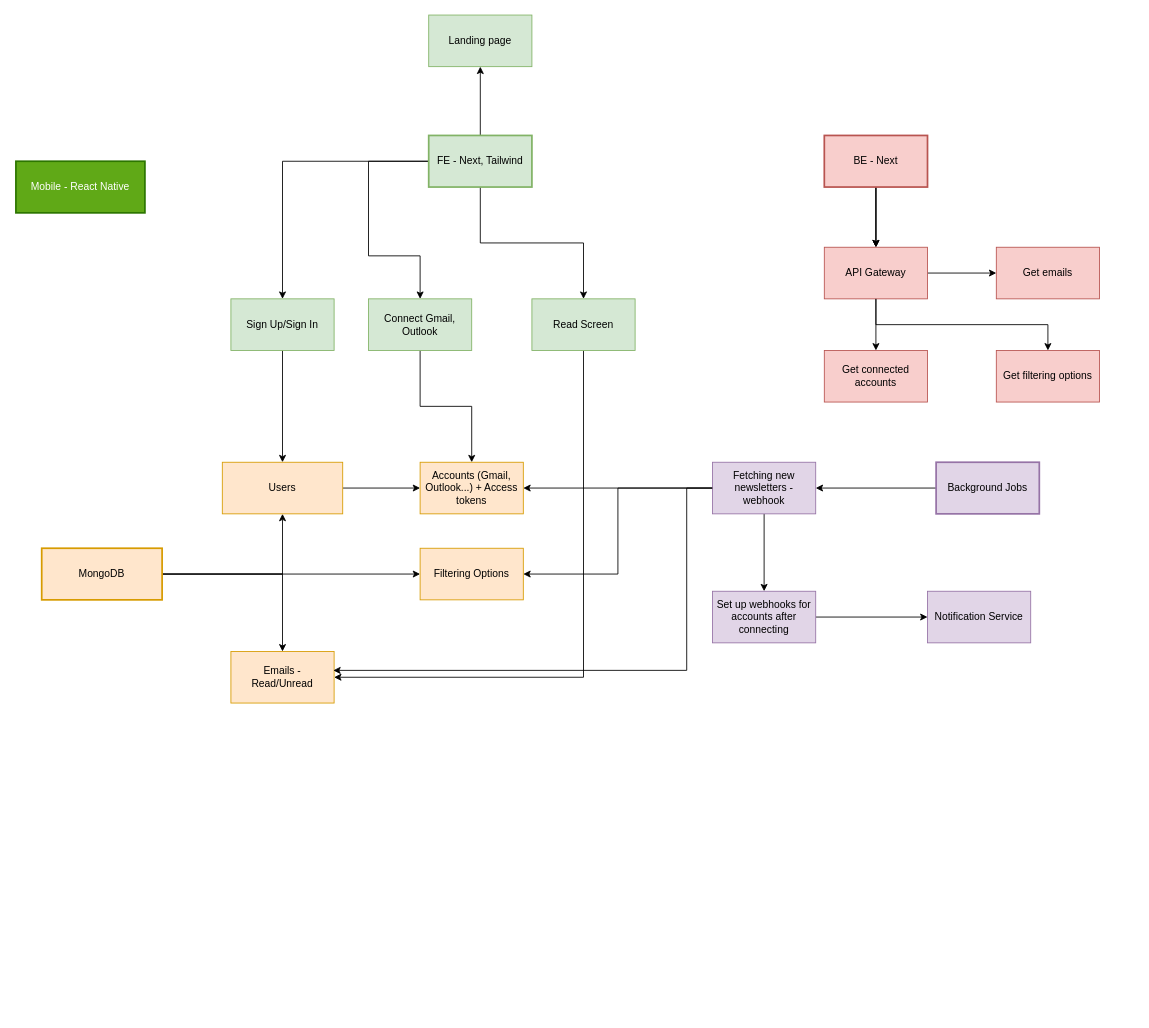
Earlier version of the draw.io diagram newsletter-app.drawio (hoangv97/draw-io). Source tidied: cells renumbered, new cells numbered last; positions are measured from the earlier drawing's top-left corner, leaving out a move shared by most shapes. Both pictures are drawn from the tidied source at 86%, with x=0, y=0 at pixel (15, 15).
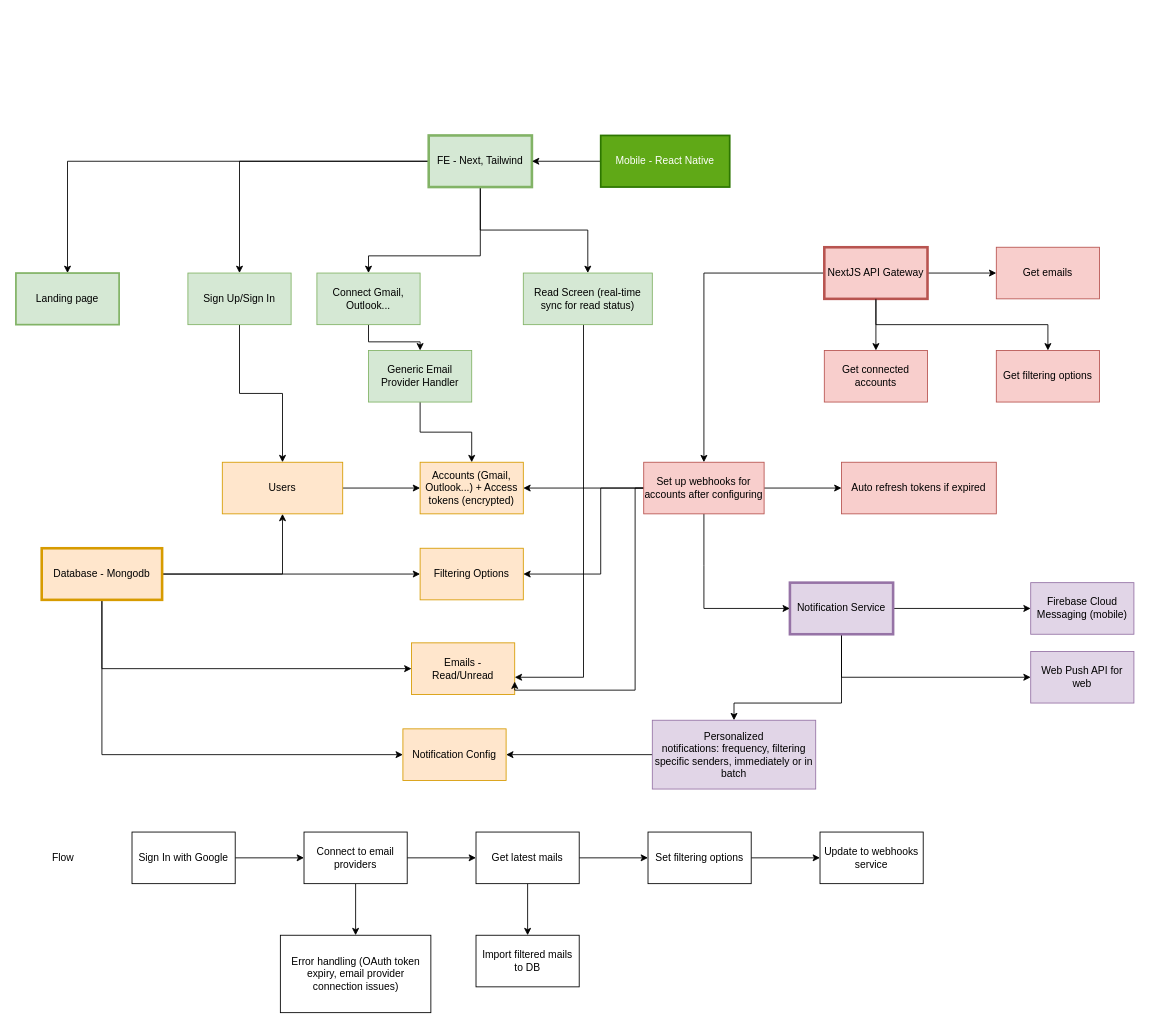
The same page after the edit.

Commit message:
Cập nhật newsletter-app.drawio

The change refers to these unchanged cells:
```xml
<mxCell id="26" value="Filtering Options" style="whiteSpace=wrap;html=1;fillColor=#ffe6cc;strokeColor=#d79b00;rounded=0;" parent="1" vertex="1">
  <mxGeometry x="470" y="620" width="120" height="60" as="geometry" />
</mxCell>
```

Diff of the diagram source:
```diff
@@
-    <mxCell id="6" value="FE - Next, Tailwind" style="rounded=0;whiteSpace=wrap;html=1;fillColor=#d5e8d4;strokeColor=#82b366;strokeWidth=2;" parent="1" vertex="1">
+    <mxCell id="6" value="FE - Next, Tailwind" style="rounded=0;whiteSpace=wrap;html=1;fillColor=#d5e8d4;strokeColor=#82b366;strokeWidth=3;" parent="1" vertex="1">
       <mxGeometry x="480" y="140" width="120" height="60" as="geometry" />
     </mxCell>
-    <mxCell id="7" style="edgeStyle=orthogonalEdgeStyle;rounded=0;jettySize=auto;html=1;" parent="1" edge="1" source="10" target="33">
-      <mxGeometry relative="1" as="geometry" />
-    </mxCell>
-    <mxCell id="8" style="edgeStyle=orthogonalEdgeStyle;rounded=0;jettySize=auto;html=1;" parent="1" edge="1" source="10" target="33">
-      <mxGeometry relative="1" as="geometry" />
-    </mxCell>
-    <mxCell id="9" style="edgeStyle=orthogonalEdgeStyle;rounded=0;jettySize=auto;html=1;" parent="1" edge="1" source="10" target="33">
-      <mxGeometry relative="1" as="geometry" />
-    </mxCell>
-    <mxCell id="10" value="BE - Next" style="rounded=0;whiteSpace=wrap;html=1;fillColor=#f8cecc;strokeColor=#b85450;strokeWidth=2;" parent="1" vertex="1">
-      <mxGeometry x="940" y="140" width="120" height="60" as="geometry" />
-    </mxCell>
@@
     <mxCell id="12" value="Sign Up/Sign In" style="rounded=0;whiteSpace=wrap;html=1;fillColor=#d5e8d4;strokeColor=#82b366;" parent="1" vertex="1">
-      <mxGeometry x="250" y="330" width="120" height="60" as="geometry" />
+      <mxGeometry x="200" y="300" width="120" height="60" as="geometry" />
     </mxCell>
-    <mxCell id="13" style="edgeStyle=orthogonalEdgeStyle;rounded=0;jettySize=auto;html=1;entryX=0.5;entryY=0;entryDx=0;entryDy=0;" parent="1" edge="1" source="14" target="24">
-      <mxGeometry relative="1" as="geometry" />
-    </mxCell>
+    <mxCell id="45" style="edgeStyle=orthogonalEdgeStyle;rounded=0;jettySize=auto;html=1;" parent="1" edge="1" source="14" target="74">
+      <mxGeometry relative="1" as="geometry" />
+    </mxCell>
-    <mxCell id="14" value="Connect Gmail, Outlook" style="rounded=0;whiteSpace=wrap;html=1;fillColor=#d5e8d4;strokeColor=#82b366;" parent="1" vertex="1">
-      <mxGeometry x="410" y="330" width="120" height="60" as="geometry" />
+    <mxCell id="14" value="Connect Gmail, Outlook..." style="rounded=0;whiteSpace=wrap;html=1;fillColor=#d5e8d4;strokeColor=#82b366;" parent="1" vertex="1">
+      <mxGeometry x="350" y="300" width="120" height="60" as="geometry" />
     </mxCell>
+    <mxCell id="46" style="edgeStyle=orthogonalEdgeStyle;rounded=0;jettySize=auto;html=1;" parent="1" edge="1" source="15" target="6">
+      <mxGeometry relative="1" as="geometry" />
+    </mxCell>
     <mxCell id="15" value="Mobile - React Native" style="rounded=0;whiteSpace=wrap;html=1;fillColor=#60a917;strokeColor=#2D7600;fontColor=#ffffff;strokeWidth=2;" parent="1" vertex="1">
-      <mxGeometry y="170" width="150" height="60" as="geometry" />
+      <mxGeometry x="680" y="140" width="150" height="60" as="geometry" />
     </mxCell>
-    <mxCell id="16" style="edgeStyle=orthogonalEdgeStyle;rounded=0;jettySize=auto;html=1;" parent="1" edge="1" source="17" target="30">
-      <mxGeometry relative="1" as="geometry" />
-    </mxCell>
-    <mxCell id="17" value="Background Jobs" style="rounded=0;whiteSpace=wrap;html=1;fillColor=#e1d5e7;strokeColor=#9673a6;strokeWidth=2;" parent="1" vertex="1">
-      <mxGeometry x="1070" y="520" width="120" height="60" as="geometry" />
-    </mxCell>
@@
     <mxCell id="19" style="edgeStyle=orthogonalEdgeStyle;rounded=0;jettySize=auto;html=1;" parent="1" edge="1" source="21" target="25">
-      <mxGeometry relative="1" as="geometry" />
+      <mxGeometry relative="1" as="geometry">
+        <Array as="points">
+          <mxPoint x="100" y="760" />
+        </Array>
+      </mxGeometry>
     </mxCell>
@@
+    <mxCell id="47" style="edgeStyle=orthogonalEdgeStyle;rounded=0;jettySize=auto;html=1;" parent="1" edge="1" source="21" target="77">
+      <mxGeometry relative="1" as="geometry">
+        <Array as="points">
+          <mxPoint x="100" y="860" />
+        </Array>
+      </mxGeometry>
+    </mxCell>
-    <mxCell id="21" value="MongoDB" style="rounded=0;whiteSpace=wrap;html=1;fillColor=#ffe6cc;strokeColor=#d79b00;strokeWidth=2;" parent="1" vertex="1">
+    <mxCell id="21" value="Database - Mongodb" style="rounded=0;whiteSpace=wrap;html=1;fillColor=#ffe6cc;strokeColor=#d79b00;strokeWidth=3;" parent="1" vertex="1">
       <mxGeometry x="30" y="620" width="140" height="60" as="geometry" />
     </mxCell>
@@
-    <mxCell id="24" value="Accounts (Gmail, Outlook...) + Access tokens" style="whiteSpace=wrap;html=1;rounded=0;fillColor=#ffe6cc;strokeColor=#d79b00;" parent="1" vertex="1">
+    <mxCell id="24" value="Accounts (Gmail, Outlook...) + Access tokens (encrypted)" style="whiteSpace=wrap;html=1;rounded=0;fillColor=#ffe6cc;strokeColor=#d79b00;" parent="1" vertex="1">
       <mxGeometry x="470" y="520" width="120" height="60" as="geometry" />
     </mxCell>
     <mxCell id="25" value="Emails - Read/Unread" style="whiteSpace=wrap;html=1;fillColor=#ffe6cc;strokeColor=#d79b00;rounded=0;" parent="1" vertex="1">
-      <mxGeometry x="250" y="740" width="120" height="60" as="geometry" />
+      <mxGeometry x="460" y="730" width="120" height="60" as="geometry" />
     </mxCell>
@@
-    <mxCell id="27" style="edgeStyle=orthogonalEdgeStyle;rounded=0;jettySize=auto;html=1;" parent="1" edge="1" source="30" target="24">
-      <mxGeometry relative="1" as="geometry" />
-    </mxCell>
-    <mxCell id="28" style="edgeStyle=orthogonalEdgeStyle;rounded=0;jettySize=auto;html=1;entryX=1;entryY=0.5;entryDx=0;entryDy=0;" parent="1" edge="1" source="30" target="26">
-      <mxGeometry relative="1" as="geometry" />
-    </mxCell>
-    <mxCell id="29" style="edgeStyle=orthogonalEdgeStyle;rounded=0;jettySize=auto;html=1;" parent="1" edge="1" source="30" target="39">
-      <mxGeometry relative="1" as="geometry" />
-    </mxCell>
-    <mxCell id="30" value="Fetching new newsletters - webhook" style="whiteSpace=wrap;html=1;fillColor=#e1d5e7;strokeColor=#9673a6;rounded=0;" parent="1" vertex="1">
-      <mxGeometry x="810" y="520" width="120" height="60" as="geometry" />
-    </mxCell>
@@
+    <mxCell id="48" style="edgeStyle=orthogonalEdgeStyle;rounded=0;jettySize=auto;html=1;" parent="1" edge="1" source="33" target="39">
+      <mxGeometry relative="1" as="geometry" />
+    </mxCell>
-    <mxCell id="33" value="API Gateway" style="whiteSpace=wrap;html=1;fillColor=#f8cecc;strokeColor=#b85450;rounded=0;" parent="1" vertex="1">
+    <mxCell id="33" value="NextJS API Gateway" style="whiteSpace=wrap;html=1;fillColor=#f8cecc;strokeColor=#b85450;rounded=0;strokeWidth=3;" parent="1" vertex="1">
       <mxGeometry x="940" y="270" width="120" height="60" as="geometry" />
     </mxCell>
+    <mxCell id="49" style="edgeStyle=orthogonalEdgeStyle;rounded=0;jettySize=auto;html=1;" parent="1" edge="1" source="34" target="70">
+      <mxGeometry relative="1" as="geometry" />
+    </mxCell>
+    <mxCell id="50" style="edgeStyle=orthogonalEdgeStyle;rounded=0;jettySize=auto;html=1;" parent="1" edge="1" source="34" target="71">
+      <mxGeometry relative="1" as="geometry">
+        <Array as="points">
+          <mxPoint x="960" y="770" />
+        </Array>
+      </mxGeometry>
+    </mxCell>
+    <mxCell id="51" style="edgeStyle=orthogonalEdgeStyle;rounded=0;jettySize=auto;html=1;" parent="1" edge="1" source="34" target="76">
+      <mxGeometry relative="1" as="geometry">
+        <Array as="points">
+          <mxPoint x="960" y="800" />
+          <mxPoint x="835" y="800" />
+        </Array>
+      </mxGeometry>
+    </mxCell>
-    <mxCell id="34" value="Notification Service" style="whiteSpace=wrap;html=1;fillColor=#e1d5e7;strokeColor=#9673a6;rounded=0;" parent="1" vertex="1">
-      <mxGeometry x="1060" y="670" width="120" height="60" as="geometry" />
+    <mxCell id="34" value="Notification Service" style="whiteSpace=wrap;html=1;fillColor=#e1d5e7;strokeColor=#9673a6;rounded=0;strokeWidth=3;" parent="1" vertex="1">
+      <mxGeometry x="900" y="660" width="120" height="60" as="geometry" />
     </mxCell>
@@
-    <mxCell id="36" value="Read Screen" style="whiteSpace=wrap;html=1;fillColor=#d5e8d4;strokeColor=#82b366;rounded=0;" parent="1" vertex="1">
-      <mxGeometry x="600" y="330" width="120" height="60" as="geometry" />
+    <mxCell id="36" value="Read Screen (real-time sync for read status)" style="whiteSpace=wrap;html=1;fillColor=#d5e8d4;strokeColor=#82b366;rounded=0;" parent="1" vertex="1">
+      <mxGeometry x="590" y="300" width="150" height="60" as="geometry" />
     </mxCell>
-    <mxCell id="37" style="edgeStyle=orthogonalEdgeStyle;rounded=0;jettySize=auto;html=1;entryX=0.992;entryY=0.367;entryDx=0;entryDy=0;entryPerimeter=0;" parent="1" edge="1" source="30" target="25">
-      <mxGeometry relative="1" as="geometry">
-        <Array as="points">
-          <mxPoint x="780" y="762" />
-        </Array>
-      </mxGeometry>
-    </mxCell>
     <mxCell id="38" style="edgeStyle=orthogonalEdgeStyle;rounded=0;jettySize=auto;html=1;" parent="1" edge="1" source="39" target="34">
-      <mxGeometry relative="1" as="geometry" />
+      <mxGeometry relative="1" as="geometry">
+        <Array as="points">
+          <mxPoint x="800" y="640" />
+          <mxPoint x="800" y="640" />
+        </Array>
+      </mxGeometry>
     </mxCell>
+    <mxCell id="52" style="edgeStyle=orthogonalEdgeStyle;rounded=0;jettySize=auto;html=1;entryX=1;entryY=0.5;entryDx=0;entryDy=0;" parent="1" edge="1" source="39" target="24">
+      <mxGeometry relative="1" as="geometry" />
+    </mxCell>
+    <mxCell id="53" style="edgeStyle=orthogonalEdgeStyle;rounded=0;jettySize=auto;html=1;entryX=1;entryY=0.5;entryDx=0;entryDy=0;" parent="1" edge="1" source="39" target="26">
+      <mxGeometry relative="1" as="geometry">
+        <Array as="points">
+          <mxPoint x="680" y="550" />
+          <mxPoint x="680" y="650" />
+        </Array>
+      </mxGeometry>
+    </mxCell>
+    <mxCell id="54" style="edgeStyle=orthogonalEdgeStyle;rounded=0;jettySize=auto;html=1;entryX=1;entryY=0.75;entryDx=0;entryDy=0;" parent="1" edge="1" source="39" target="25">
+      <mxGeometry relative="1" as="geometry">
+        <Array as="points">
+          <mxPoint x="720" y="550" />
+          <mxPoint x="720" y="785" />
+        </Array>
+      </mxGeometry>
+    </mxCell>
+    <mxCell id="55" style="edgeStyle=orthogonalEdgeStyle;rounded=0;jettySize=auto;html=1;" parent="1" edge="1" source="39" target="69">
+      <mxGeometry relative="1" as="geometry" />
+    </mxCell>
-    <mxCell id="39" value="Set up webhooks for accounts after connecting" style="whiteSpace=wrap;html=1;fillColor=#e1d5e7;strokeColor=#9673a6;rounded=0;" parent="1" vertex="1">
-      <mxGeometry x="810" y="670" width="120" height="60" as="geometry" />
+    <mxCell id="39" value="Set up webhooks for accounts after configuring" style="whiteSpace=wrap;html=1;fillColor=#f8cecc;strokeColor=#b85450;rounded=0;" parent="1" vertex="1">
+      <mxGeometry x="730" y="520" width="140" height="60" as="geometry" />
     </mxCell>
-    <mxCell id="40" value="Landing page" style="whiteSpace=wrap;html=1;fillColor=#d5e8d4;strokeColor=#82b366;rounded=0;" parent="1" vertex="1">
-      <mxGeometry x="480" width="120" height="60" as="geometry" />
+    <mxCell id="40" value="Landing page" style="whiteSpace=wrap;html=1;fillColor=#d5e8d4;strokeColor=#82b366;rounded=0;strokeWidth=2;" parent="1" vertex="1">
+      <mxGeometry y="300" width="120" height="60" as="geometry" />
     </mxCell>
@@
+    <mxCell id="56" style="edgeStyle=orthogonalEdgeStyle;rounded=0;jettySize=auto;html=1;" parent="1" edge="1" source="57" target="60">
+      <mxGeometry relative="1" as="geometry" />
+    </mxCell>
+    <mxCell id="57" value="Sign In with Google" style="rounded=0;whiteSpace=wrap;html=1;" parent="1" vertex="1">
+      <mxGeometry x="135" y="950" width="120" height="60" as="geometry" />
+    </mxCell>
+    <mxCell id="58" style="edgeStyle=orthogonalEdgeStyle;rounded=0;jettySize=auto;html=1;" parent="1" edge="1" source="60" target="63">
+      <mxGeometry relative="1" as="geometry" />
+    </mxCell>
+    <mxCell id="59" style="edgeStyle=orthogonalEdgeStyle;rounded=0;jettySize=auto;html=1;" parent="1" edge="1" source="60" target="72">
+      <mxGeometry relative="1" as="geometry" />
+    </mxCell>
+    <mxCell id="60" value="Connect to email providers" style="whiteSpace=wrap;html=1;rounded=0;" parent="1" vertex="1">
+      <mxGeometry x="335" y="950" width="120" height="60" as="geometry" />
+    </mxCell>
+    <mxCell id="61" style="edgeStyle=orthogonalEdgeStyle;rounded=0;jettySize=auto;html=1;" parent="1" edge="1" source="63" target="65">
+      <mxGeometry relative="1" as="geometry" />
+    </mxCell>
+    <mxCell id="62" style="edgeStyle=orthogonalEdgeStyle;rounded=0;jettySize=auto;html=1;" parent="1" edge="1" source="63" target="66">
+      <mxGeometry relative="1" as="geometry" />
+    </mxCell>
+    <mxCell id="63" value="Get latest mails" style="whiteSpace=wrap;html=1;rounded=0;" parent="1" vertex="1">
+      <mxGeometry x="535" y="950" width="120" height="60" as="geometry" />
+    </mxCell>
+    <mxCell id="64" style="edgeStyle=orthogonalEdgeStyle;rounded=0;jettySize=auto;html=1;" parent="1" edge="1" source="65" target="67">
+      <mxGeometry relative="1" as="geometry" />
+    </mxCell>
+    <mxCell id="65" value="Set filtering options" style="whiteSpace=wrap;html=1;rounded=0;" parent="1" vertex="1">
+      <mxGeometry x="735" y="950" width="120" height="60" as="geometry" />
+    </mxCell>
+    <mxCell id="66" value="Import filtered mails to DB" style="whiteSpace=wrap;html=1;rounded=0;" parent="1" vertex="1">
+      <mxGeometry x="535" y="1070" width="120" height="60" as="geometry" />
+    </mxCell>
+    <mxCell id="67" value="Update to webhooks service" style="whiteSpace=wrap;html=1;rounded=0;" parent="1" vertex="1">
+      <mxGeometry x="935" y="950" width="120" height="60" as="geometry" />
+    </mxCell>
+    <mxCell id="68" value="Flow" style="text;html=1;align=center;verticalAlign=middle;whiteSpace=wrap;rounded=0;" parent="1" vertex="1">
+      <mxGeometry x="25" y="965" width="60" height="30" as="geometry" />
+    </mxCell>
+    <mxCell id="69" value="Auto refresh tokens if expired" style="whiteSpace=wrap;html=1;fillColor=#f8cecc;strokeColor=#b85450;rounded=0;" parent="1" vertex="1">
+      <mxGeometry x="960" y="520" width="180" height="60" as="geometry" />
+    </mxCell>
+    <mxCell id="70" value="Firebase Cloud Messaging (mobile)" style="whiteSpace=wrap;html=1;fillColor=#e1d5e7;strokeColor=#9673a6;rounded=0;" parent="1" vertex="1">
+      <mxGeometry x="1180" y="660" width="120" height="60" as="geometry" />
+    </mxCell>
+    <mxCell id="71" value="Web Push API for web" style="whiteSpace=wrap;html=1;fillColor=#e1d5e7;strokeColor=#9673a6;rounded=0;strokeWidth=1;" parent="1" vertex="1">
+      <mxGeometry x="1180" y="740" width="120" height="60" as="geometry" />
+    </mxCell>
+    <mxCell id="72" value="Error handling (OAuth token expiry, email provider connection issues)" style="whiteSpace=wrap;html=1;rounded=0;" parent="1" vertex="1">
+      <mxGeometry x="307.5" y="1070" width="175" height="90" as="geometry" />
+    </mxCell>
+    <mxCell id="73" style="edgeStyle=orthogonalEdgeStyle;rounded=0;jettySize=auto;html=1;entryX=0.5;entryY=0;entryDx=0;entryDy=0;" parent="1" edge="1" source="74" target="24">
+      <mxGeometry relative="1" as="geometry" />
+    </mxCell>
+    <mxCell id="74" value="Generic Email Provider Handler" style="whiteSpace=wrap;html=1;fillColor=#d5e8d4;strokeColor=#82b366;rounded=0;" parent="1" vertex="1">
+      <mxGeometry x="410" y="390" width="120" height="60" as="geometry" />
+    </mxCell>
+    <mxCell id="75" style="edgeStyle=orthogonalEdgeStyle;rounded=0;jettySize=auto;html=1;" parent="1" edge="1" source="76" target="77">
+      <mxGeometry relative="1" as="geometry" />
+    </mxCell>
+    <mxCell id="76" value="Personalized notifications:&amp;nbsp;frequency, filtering specific senders, immediately or in batch" style="whiteSpace=wrap;html=1;fillColor=#e1d5e7;strokeColor=#9673a6;rounded=0;strokeWidth=1;" parent="1" vertex="1">
+      <mxGeometry x="740" y="820" width="190" height="80" as="geometry" />
+    </mxCell>
+    <mxCell id="77" value="Notification Config" style="whiteSpace=wrap;html=1;fillColor=#ffe6cc;strokeColor=#d79b00;rounded=0;strokeWidth=1;" parent="1" vertex="1">
+      <mxGeometry x="450" y="830" width="120" height="60" as="geometry" />
+    </mxCell>
```
